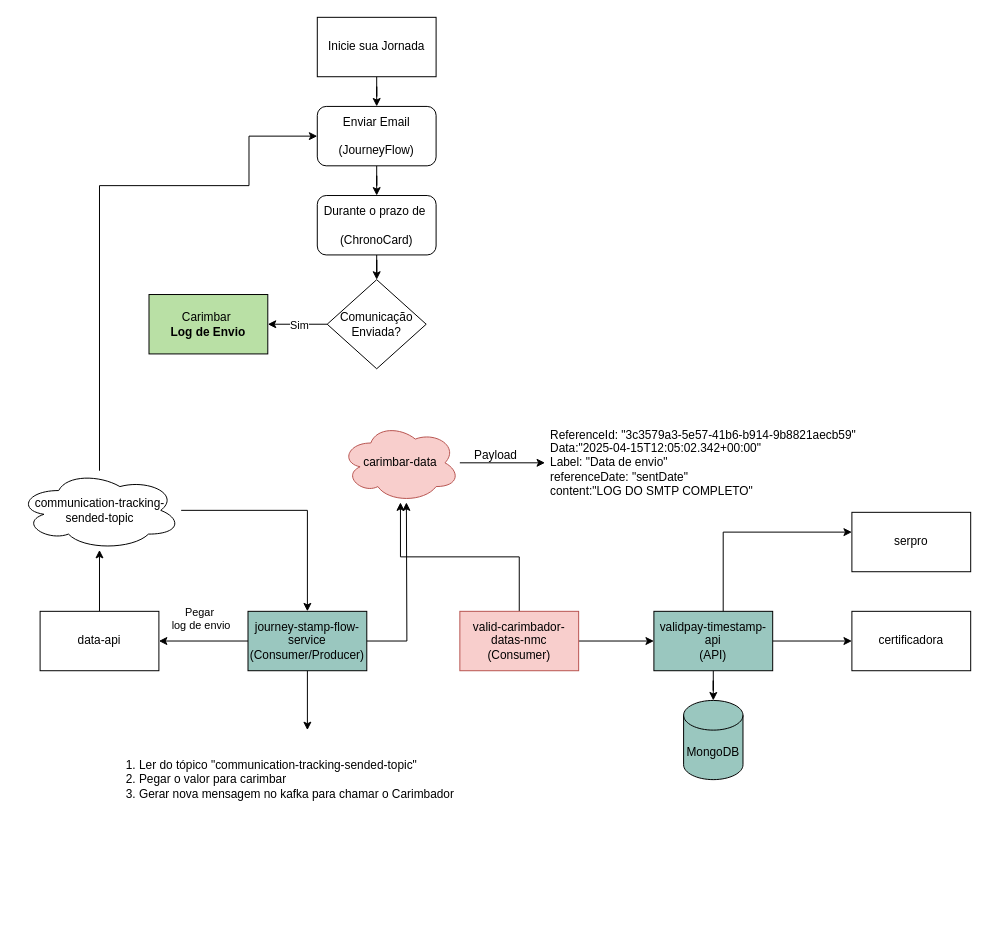
Earlier version of the draw.io diagram page "Desenho Jornada Carimbo Envio de Email com Back" (3 of 3) of Diagrama Journey.drawio (caio-bueno/draws-valid). Source tidied: cells renumbered, new cells numbered last; positions are measured from the earlier drawing's top-left corner, leaving out a move shared by most shapes. Both pictures are drawn from the tidied source at 99%, with x=0, y=0 at pixel (18, 17).
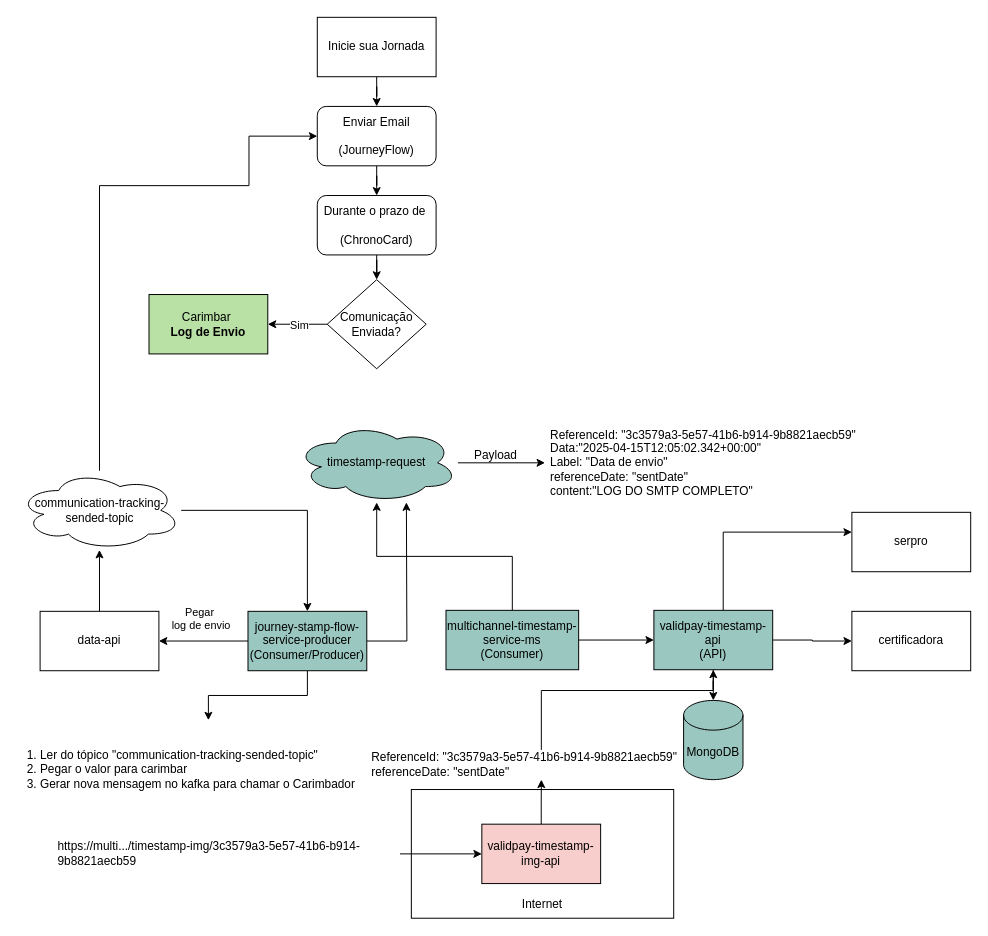
The same diagram, later.

The edit, as a diff of the source:
```diff
@@
     <mxCell id="9" value="1. Ler do tópico &quot;communication-tracking-sended-topic&quot;&lt;div style=&quot;&quot;&gt;&lt;span style=&quot;background-color: transparent; color: light-dark(rgb(0, 0, 0), rgb(255, 255, 255));&quot;&gt;2. Pegar o valor para carimbar&amp;nbsp;&lt;/span&gt;&lt;/div&gt;&lt;div&gt;&lt;span style=&quot;background-color: transparent; color: light-dark(rgb(0, 0, 0), rgb(255, 255, 255));&quot;&gt;3. Gerar nova mensagem no kafka para chamar o Carimbador&amp;nbsp;&lt;/span&gt;&lt;/div&gt;" style="text;html=1;align=left;verticalAlign=middle;whiteSpace=wrap;rounded=0;" parent="1" vertex="1">
-      <mxGeometry x="107" y="720" width="370" height="100" as="geometry" />
+      <mxGeometry x="7" y="710" width="370" height="100" as="geometry" />
     </mxCell>
@@
-    <mxCell id="14" value="journey-stamp-flow-service&lt;div&gt;(Consumer/Producer)&lt;/div&gt;" style="rounded=0;whiteSpace=wrap;html=1;fillColor=#9AC7BF;" parent="1" vertex="1">
+    <mxCell id="14" value="journey-stamp-flow-service-producer&lt;div&gt;(Consumer/Producer)&lt;/div&gt;" style="rounded=0;whiteSpace=wrap;html=1;fillColor=#9AC7BF;" parent="1" vertex="1">
       <mxGeometry x="232" y="600" width="120" height="60" as="geometry" />
     </mxCell>
@@
-    <mxCell id="21" value="&lt;span style=&quot;text-align: left;&quot;&gt;carimbar-data&lt;/span&gt;" style="ellipse;shape=cloud;whiteSpace=wrap;html=1;fillColor=#f8cecc;strokeColor=#b85450;" parent="1" vertex="1">
-      <mxGeometry x="326" y="410" width="120" height="80" as="geometry" />
+    <mxCell id="21" value="&lt;span style=&quot;text-align: left;&quot;&gt;timestamp-request&lt;/span&gt;" style="ellipse;shape=cloud;whiteSpace=wrap;html=1;fillColor=#9AC7BF;strokeColor=#000000;" parent="1" vertex="1">
+      <mxGeometry x="280" y="410" width="164" height="80" as="geometry" />
     </mxCell>
@@
-    <mxCell id="24" value="valid-carimbador-datas-nmc&lt;div&gt;(Consumer)&lt;/div&gt;" style="rounded=0;whiteSpace=wrap;html=1;fillColor=#f8cecc;strokeColor=#b85450;" parent="1" vertex="1">
-      <mxGeometry x="446" y="600" width="120" height="60" as="geometry" />
+    <mxCell id="24" value="multichannel-timestamp-service-ms&lt;div&gt;(Consumer)&lt;/div&gt;" style="rounded=0;whiteSpace=wrap;html=1;fillColor=#9AC7BF;strokeColor=#000000;" parent="1" vertex="1">
+      <mxGeometry x="432" y="599" width="134" height="60" as="geometry" />
     </mxCell>
@@
     <mxCell id="28" value="validpay-timestamp-api&lt;div&gt;(API)&lt;/div&gt;" style="rounded=0;whiteSpace=wrap;html=1;fillColor=#9AC7BF;strokeColor=#000000;" parent="1" vertex="1">
-      <mxGeometry x="642" y="600" width="120" height="60" as="geometry" />
+      <mxGeometry x="642" y="599" width="120" height="60" as="geometry" />
     </mxCell>
@@
+    <mxCell id="37" value="&lt;div&gt;&lt;br&gt;&lt;/div&gt;&lt;div&gt;&lt;br&gt;&lt;/div&gt;&lt;div&gt;&lt;br&gt;&lt;/div&gt;&lt;div&gt;&lt;br&gt;&lt;/div&gt;&lt;div&gt;&lt;br&gt;&lt;/div&gt;&lt;div&gt;&lt;br&gt;&lt;/div&gt;&lt;div&gt;&lt;br&gt;&lt;/div&gt;&lt;div&gt;Internet&lt;/div&gt;" style="rounded=0;whiteSpace=wrap;html=1;" parent="1" vertex="1">
+      <mxGeometry x="397" y="780" width="265" height="130" as="geometry" />
+    </mxCell>
+    <mxCell id="38" style="edgeStyle=orthogonalEdgeStyle;rounded=0;jettySize=auto;html=1;" parent="1" edge="1" source="41" target="28">
+      <mxGeometry relative="1" as="geometry">
+        <Array as="points">
+          <mxPoint x="528" y="680" />
+          <mxPoint x="702" y="680" />
+        </Array>
+      </mxGeometry>
+    </mxCell>
+    <mxCell id="39" value="validpay-timestamp-img-api" style="rounded=0;whiteSpace=wrap;html=1;fillColor=#F8CECC;strokeColor=#000000;" parent="1" vertex="1">
+      <mxGeometry x="468.2" y="815" width="120" height="60" as="geometry" />
+    </mxCell>
+    <mxCell id="40" style="edgeStyle=orthogonalEdgeStyle;rounded=0;jettySize=auto;html=1;" parent="1" edge="1" source="39" target="41">
+      <mxGeometry relative="1" as="geometry" />
+    </mxCell>
+    <mxCell id="41" value="&lt;span style=&quot;&quot;&gt;ReferenceId: &quot;3c3579a3-5e57-41b6-b914-9b8821aecb59&quot;&lt;/span&gt;&lt;div&gt;&lt;span style=&quot;&quot;&gt;referenceDate: &quot;sentDate&quot;&lt;/span&gt;&lt;/div&gt;" style="text;html=1;align=left;verticalAlign=middle;whiteSpace=wrap;rounded=0;" parent="1" vertex="1">
+      <mxGeometry x="354.5" y="740" width="347.5" height="30" as="geometry" />
+    </mxCell>
+    <mxCell id="42" style="edgeStyle=orthogonalEdgeStyle;rounded=0;jettySize=auto;html=1;" parent="1" edge="1" source="43" target="39">
+      <mxGeometry relative="1" as="geometry" />
+    </mxCell>
+    <mxCell id="43" value="https://multi.../timestamp-img/3c3579a3-5e57-41b6-b914-9b8821aecb59" style="text;html=1;align=left;verticalAlign=middle;whiteSpace=wrap;rounded=0;" parent="1" vertex="1">
+      <mxGeometry x="38" y="830" width="347.5" height="30" as="geometry" />
+    </mxCell>
```
